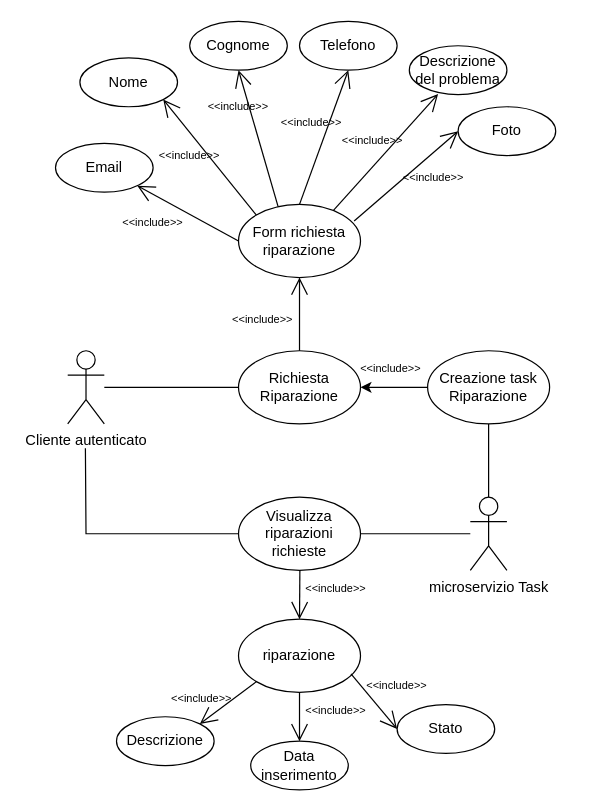
Above: second-deliverable/images/Riparazione_UCD.drawio.xml in IS-FixMi/Documentation-Source (draw.io), before the change. Source tidied: cells renumbered, new cells numbered last; positions are measured from the earlier drawing's top-left corner, leaving out a move shared by most shapes. Both pictures are drawn from the tidied source at 122%, with x=0, y=0 at pixel (55, 21).
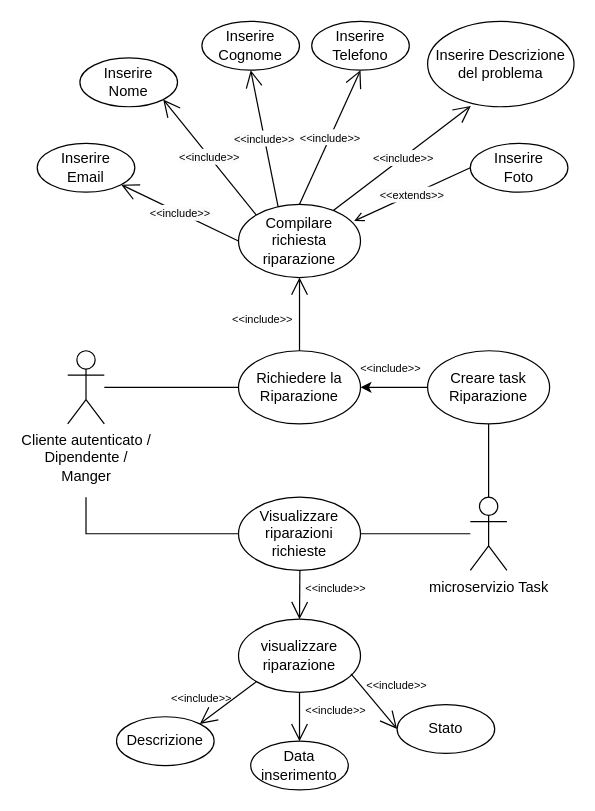
The same diagram, later.

Diff of the diagram source:
```diff
@@
-    <mxCell id="2" value="Cliente autenticato" style="shape=umlActor;verticalLabelPosition=bottom;verticalAlign=top;html=1;outlineConnect=0;" parent="1" vertex="1">
+    <mxCell id="2" value="Cliente autenticato /&lt;br&gt;Dipendente /&lt;br&gt;Manger" style="shape=umlActor;verticalLabelPosition=bottom;verticalAlign=top;html=1;outlineConnect=0;" parent="1" vertex="1">
       <mxGeometry x="10" y="270" width="30" height="60" as="geometry" />
     </mxCell>
-    <mxCell id="3" value="Richiesta&lt;br&gt;Riparazione" style="ellipse;whiteSpace=wrap;html=1;" parent="1" vertex="1">
+    <mxCell id="3" value="Richiedere la&lt;br&gt;Riparazione" style="ellipse;whiteSpace=wrap;html=1;" parent="1" vertex="1">
       <mxGeometry x="150" y="270" width="100" height="60" as="geometry" />
     </mxCell>
@@
-    <mxCell id="5" value="Form richiesta riparazione" style="ellipse;whiteSpace=wrap;html=1;" parent="1" vertex="1">
+    <mxCell id="5" value="Compilare richiesta riparazione" style="ellipse;whiteSpace=wrap;html=1;" parent="1" vertex="1">
       <mxGeometry x="150" y="150" width="100" height="60" as="geometry" />
     </mxCell>
@@
-    <mxCell id="8" value="Email" style="ellipse;whiteSpace=wrap;html=1;" parent="1" vertex="1">
-      <mxGeometry y="100" width="80" height="40" as="geometry" />
+    <mxCell id="8" value="Inserire&lt;br&gt;Email" style="ellipse;whiteSpace=wrap;html=1;" parent="1" vertex="1">
+      <mxGeometry x="-15" y="100" width="80" height="40" as="geometry" />
     </mxCell>
-    <mxCell id="9" value="Nome" style="ellipse;whiteSpace=wrap;html=1;" parent="1" vertex="1">
+    <mxCell id="9" value="Inserire&lt;br&gt;Nome" style="ellipse;whiteSpace=wrap;html=1;" parent="1" vertex="1">
       <mxGeometry x="20" y="30" width="80" height="40" as="geometry" />
     </mxCell>
-    <mxCell id="10" value="Cognome" style="ellipse;whiteSpace=wrap;html=1;" parent="1" vertex="1">
-      <mxGeometry x="110" width="80" height="40" as="geometry" />
+    <mxCell id="10" value="Inserire&lt;br&gt;Cognome" style="ellipse;whiteSpace=wrap;html=1;" parent="1" vertex="1">
+      <mxGeometry x="120" width="80" height="40" as="geometry" />
     </mxCell>
-    <mxCell id="11" style="endArrow=open;endFill=1;endSize=12;html=1;rounded=0;exitX=0;exitY=0.5;exitDx=0;exitDy=0;" parent="1" edge="1" source="5" target="8">
+    <mxCell id="11" value="&lt;span style=&quot;color: rgb(0, 0, 0); font-family: Helvetica; font-size: 9px; font-style: normal; font-variant-ligatures: normal; font-variant-caps: normal; font-weight: 400; letter-spacing: normal; orphans: 2; text-align: center; text-indent: 0px; text-transform: none; widows: 2; word-spacing: 0px; -webkit-text-stroke-width: 0px; background-color: rgb(251, 251, 251); text-decoration-thickness: initial; text-decoration-style: initial; text-decoration-color: initial; float: none; display: inline !important;&quot;&gt;&amp;lt;&amp;lt;include&amp;gt;&amp;gt;&lt;/span&gt;" style="endArrow=open;endFill=1;endSize=12;html=1;rounded=0;exitX=0;exitY=0.5;exitDx=0;exitDy=0;" parent="1" edge="1" source="5" target="8">
       <mxGeometry relative="1" as="geometry" />
     </mxCell>
-    <mxCell id="12" value="&amp;lt;&amp;lt;include&amp;gt;&amp;gt;" style="text;html=1;strokeColor=none;fillColor=none;align=center;verticalAlign=middle;whiteSpace=wrap;rounded=0;fontSize=9;" parent="1" vertex="1">
-      <mxGeometry x="50" y="150" width="60" height="30" as="geometry" />
-    </mxCell>
-    <mxCell id="13" value="Descrizione del problema" style="ellipse;whiteSpace=wrap;html=1;" parent="1" vertex="1">
-      <mxGeometry x="290" y="20" width="80" height="40" as="geometry" />
+    <mxCell id="13" value="Inserire Descrizione del problema" style="ellipse;whiteSpace=wrap;html=1;" parent="1" vertex="1">
+      <mxGeometry x="305" width="120" height="70" as="geometry" />
     </mxCell>
-    <mxCell id="14" value="Telefono" style="ellipse;whiteSpace=wrap;html=1;" parent="1" vertex="1">
-      <mxGeometry x="200" width="80" height="40" as="geometry" />
+    <mxCell id="14" value="Inserire&lt;br&gt;Telefono" style="ellipse;whiteSpace=wrap;html=1;" parent="1" vertex="1">
+      <mxGeometry x="210" width="80" height="40" as="geometry" />
     </mxCell>
-    <mxCell id="15" value="Foto" style="ellipse;whiteSpace=wrap;html=1;" parent="1" vertex="1">
-      <mxGeometry x="330" y="70" width="80" height="40" as="geometry" />
+    <mxCell id="15" value="Inserire&lt;br&gt;Foto" style="ellipse;whiteSpace=wrap;html=1;" parent="1" vertex="1">
+      <mxGeometry x="340" y="100" width="80" height="40" as="geometry" />
     </mxCell>
-    <mxCell id="16" style="endArrow=open;endFill=1;endSize=12;html=1;rounded=0;exitX=0;exitY=0;exitDx=0;exitDy=0;entryX=1;entryY=1;entryDx=0;entryDy=0;" parent="1" edge="1" source="5" target="9">
+    <mxCell id="16" value="&lt;span style=&quot;color: rgb(0, 0, 0); font-family: Helvetica; font-size: 9px; font-style: normal; font-variant-ligatures: normal; font-variant-caps: normal; font-weight: 400; letter-spacing: normal; orphans: 2; text-align: center; text-indent: 0px; text-transform: none; widows: 2; word-spacing: 0px; -webkit-text-stroke-width: 0px; background-color: rgb(251, 251, 251); text-decoration-thickness: initial; text-decoration-style: initial; text-decoration-color: initial; float: none; display: inline !important;&quot;&gt;&amp;lt;&amp;lt;include&amp;gt;&amp;gt;&lt;/span&gt;" style="endArrow=open;endFill=1;endSize=12;html=1;rounded=0;exitX=0;exitY=0;exitDx=0;exitDy=0;entryX=1;entryY=1;entryDx=0;entryDy=0;" parent="1" edge="1" source="5" target="9">
       <mxGeometry relative="1" as="geometry" />
     </mxCell>
-    <mxCell id="17" value="&amp;lt;&amp;lt;include&amp;gt;&amp;gt;" style="text;html=1;strokeColor=none;fillColor=none;align=center;verticalAlign=middle;whiteSpace=wrap;rounded=0;fontSize=9;" parent="1" vertex="1">
-      <mxGeometry x="80" y="95" width="60" height="30" as="geometry" />
-    </mxCell>
-    <mxCell id="18" style="endArrow=open;endFill=1;endSize=12;html=1;rounded=0;exitX=0.324;exitY=0.027;exitDx=0;exitDy=0;exitPerimeter=0;entryX=0.5;entryY=1;entryDx=0;entryDy=0;" parent="1" edge="1" source="5" target="10">
+    <mxCell id="18" value="&lt;span style=&quot;color: rgb(0, 0, 0); font-family: Helvetica; font-size: 9px; font-style: normal; font-variant-ligatures: normal; font-variant-caps: normal; font-weight: 400; letter-spacing: normal; orphans: 2; text-align: center; text-indent: 0px; text-transform: none; widows: 2; word-spacing: 0px; -webkit-text-stroke-width: 0px; background-color: rgb(251, 251, 251); text-decoration-thickness: initial; text-decoration-style: initial; text-decoration-color: initial; float: none; display: inline !important;&quot;&gt;&amp;lt;&amp;lt;include&amp;gt;&amp;gt;&lt;/span&gt;" style="endArrow=open;endFill=1;endSize=12;html=1;rounded=0;exitX=0.324;exitY=0.027;exitDx=0;exitDy=0;exitPerimeter=0;entryX=0.5;entryY=1;entryDx=0;entryDy=0;" parent="1" edge="1" source="5" target="10">
       <mxGeometry relative="1" as="geometry" />
     </mxCell>
-    <mxCell id="19" value="&amp;lt;&amp;lt;include&amp;gt;&amp;gt;" style="text;html=1;strokeColor=none;fillColor=none;align=center;verticalAlign=middle;whiteSpace=wrap;rounded=0;fontSize=9;" parent="1" vertex="1">
-      <mxGeometry x="120" y="55" width="60" height="30" as="geometry" />
-    </mxCell>
-    <mxCell id="20" style="endArrow=open;endFill=1;endSize=12;html=1;rounded=0;exitX=0.5;exitY=0;exitDx=0;exitDy=0;entryX=0.5;entryY=1;entryDx=0;entryDy=0;" parent="1" edge="1" source="5" target="14">
+    <mxCell id="20" value="&lt;span style=&quot;color: rgb(0, 0, 0); font-family: Helvetica; font-size: 9px; font-style: normal; font-variant-ligatures: normal; font-variant-caps: normal; font-weight: 400; letter-spacing: normal; orphans: 2; text-align: center; text-indent: 0px; text-transform: none; widows: 2; word-spacing: 0px; -webkit-text-stroke-width: 0px; background-color: rgb(251, 251, 251); text-decoration-thickness: initial; text-decoration-style: initial; text-decoration-color: initial; float: none; display: inline !important;&quot;&gt;&amp;lt;&amp;lt;include&amp;gt;&amp;gt;&lt;/span&gt;" style="endArrow=open;endFill=1;endSize=12;html=1;rounded=0;exitX=0.5;exitY=0;exitDx=0;exitDy=0;entryX=0.5;entryY=1;entryDx=0;entryDy=0;" parent="1" edge="1" source="5" target="14">
       <mxGeometry relative="1" as="geometry" />
     </mxCell>
-    <mxCell id="21" value="&amp;lt;&amp;lt;include&amp;gt;&amp;gt;" style="text;html=1;strokeColor=none;fillColor=none;align=center;verticalAlign=middle;whiteSpace=wrap;rounded=0;fontSize=9;" parent="1" vertex="1">
-      <mxGeometry x="180" y="70" width="60" height="25" as="geometry" />
-    </mxCell>
-    <mxCell id="22" style="endArrow=open;endFill=1;endSize=12;html=1;rounded=0;exitX=0.78;exitY=0.08;exitDx=0;exitDy=0;entryX=0.295;entryY=0.99;entryDx=0;entryDy=0;exitPerimeter=0;entryPerimeter=0;" parent="1" edge="1" source="5" target="13">
+    <mxCell id="22" value="&lt;span style=&quot;color: rgb(0, 0, 0); font-family: Helvetica; font-size: 9px; font-style: normal; font-variant-ligatures: normal; font-variant-caps: normal; font-weight: 400; letter-spacing: normal; orphans: 2; text-align: center; text-indent: 0px; text-transform: none; widows: 2; word-spacing: 0px; -webkit-text-stroke-width: 0px; background-color: rgb(251, 251, 251); text-decoration-thickness: initial; text-decoration-style: initial; text-decoration-color: initial; float: none; display: inline !important;&quot;&gt;&amp;lt;&amp;lt;include&amp;gt;&amp;gt;&lt;/span&gt;" style="endArrow=open;endFill=1;endSize=12;html=1;rounded=0;exitX=0.78;exitY=0.08;exitDx=0;exitDy=0;entryX=0.295;entryY=0.99;entryDx=0;entryDy=0;exitPerimeter=0;entryPerimeter=0;" parent="1" edge="1" source="5" target="13">
       <mxGeometry relative="1" as="geometry" />
     </mxCell>
-    <mxCell id="23" value="&amp;lt;&amp;lt;include&amp;gt;&amp;gt;" style="text;html=1;strokeColor=none;fillColor=none;align=center;verticalAlign=middle;whiteSpace=wrap;rounded=0;fontSize=9;" parent="1" vertex="1">
-      <mxGeometry x="230" y="85" width="60" height="25" as="geometry" />
-    </mxCell>
-    <mxCell id="24" style="endArrow=open;endFill=1;endSize=12;html=1;rounded=0;exitX=0.948;exitY=0.227;exitDx=0;exitDy=0;entryX=0;entryY=0.5;entryDx=0;entryDy=0;exitPerimeter=0;" parent="1" edge="1" source="5" target="15">
+    <mxCell id="24" value="&lt;span style=&quot;color: rgb(0, 0, 0); font-family: Helvetica; font-size: 9px; font-style: normal; font-variant-ligatures: normal; font-variant-caps: normal; font-weight: 400; letter-spacing: normal; orphans: 2; text-align: center; text-indent: 0px; text-transform: none; widows: 2; word-spacing: 0px; -webkit-text-stroke-width: 0px; background-color: rgb(251, 251, 251); text-decoration-thickness: initial; text-decoration-style: initial; text-decoration-color: initial; float: none; display: inline !important;&quot;&gt;&amp;lt;&amp;lt;extends&amp;gt;&amp;gt;&lt;/span&gt;" style="endArrow=none;endFill=0;endSize=12;html=1;rounded=0;exitX=0.948;exitY=0.227;exitDx=0;exitDy=0;entryX=0;entryY=0.5;entryDx=0;entryDy=0;exitPerimeter=0;startArrow=open;startFill=0;" parent="1" edge="1" source="5" target="15">
       <mxGeometry relative="1" as="geometry" />
     </mxCell>
-    <mxCell id="25" value="&amp;lt;&amp;lt;include&amp;gt;&amp;gt;" style="text;html=1;strokeColor=none;fillColor=none;align=center;verticalAlign=middle;whiteSpace=wrap;rounded=0;fontSize=9;" parent="1" vertex="1">
-      <mxGeometry x="280" y="115" width="60" height="25" as="geometry" />
-    </mxCell>
@@
-    <mxCell id="29" value="Creazione task Riparazione" style="ellipse;whiteSpace=wrap;html=1;" parent="1" vertex="1">
+    <mxCell id="29" value="Creare task Riparazione" style="ellipse;whiteSpace=wrap;html=1;" parent="1" vertex="1">
       <mxGeometry x="305" y="270" width="100" height="60" as="geometry" />
     </mxCell>
@@
-    <mxCell id="31" value="Visualizza&lt;br&gt;riparazioni richieste" style="ellipse;whiteSpace=wrap;html=1;" parent="1" vertex="1">
+    <mxCell id="31" value="Visualizzare&lt;br&gt;riparazioni richieste" style="ellipse;whiteSpace=wrap;html=1;" parent="1" vertex="1">
       <mxGeometry x="150" y="390" width="100" height="60" as="geometry" />
     </mxCell>
@@
     <mxCell id="33" style="endArrow=none;html=1;rounded=0;entryX=0;entryY=0.5;entryDx=0;entryDy=0;" parent="1" edge="1" target="31">
       <mxGeometry relative="1" as="geometry">
-        <mxPoint x="24.5" y="350" as="sourcePoint" />
+        <mxPoint x="25" y="390" as="sourcePoint" />
         <Array as="points">
           <mxPoint x="25" y="420" />
         </Array>
       </mxGeometry>
     </mxCell>
-    <mxCell id="34" value="riparazione" style="ellipse;whiteSpace=wrap;html=1;" parent="1" vertex="1">
+    <mxCell id="34" value="visualizzare riparazione" style="ellipse;whiteSpace=wrap;html=1;" parent="1" vertex="1">
       <mxGeometry x="150" y="490" width="100" height="60" as="geometry" />
     </mxCell>
```
